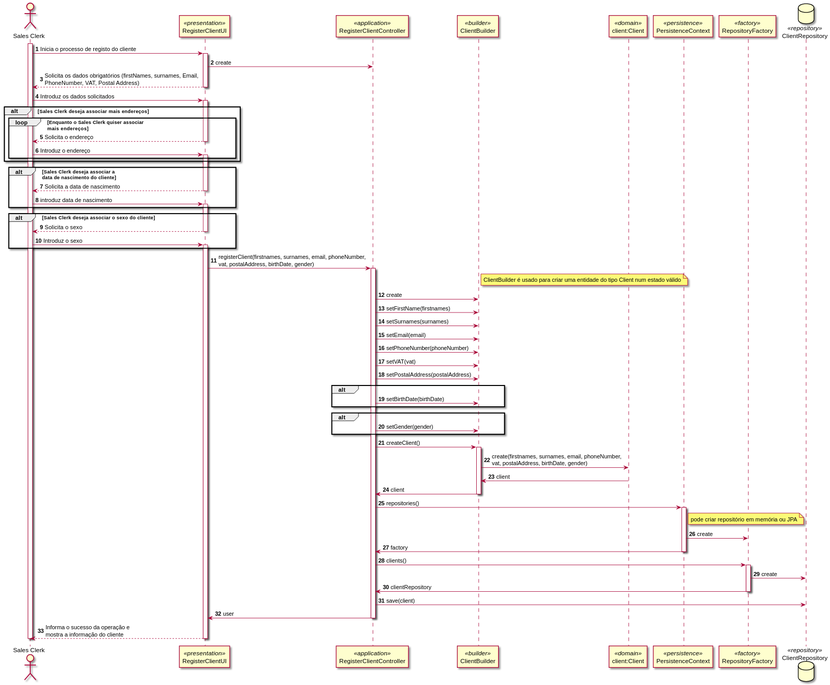
This is docs/1201386/US1003/SD_RegistarCliente.svg from 0franciscor/lei21_22_s4_2de_01, a PlantUML export, as it was before one commit.
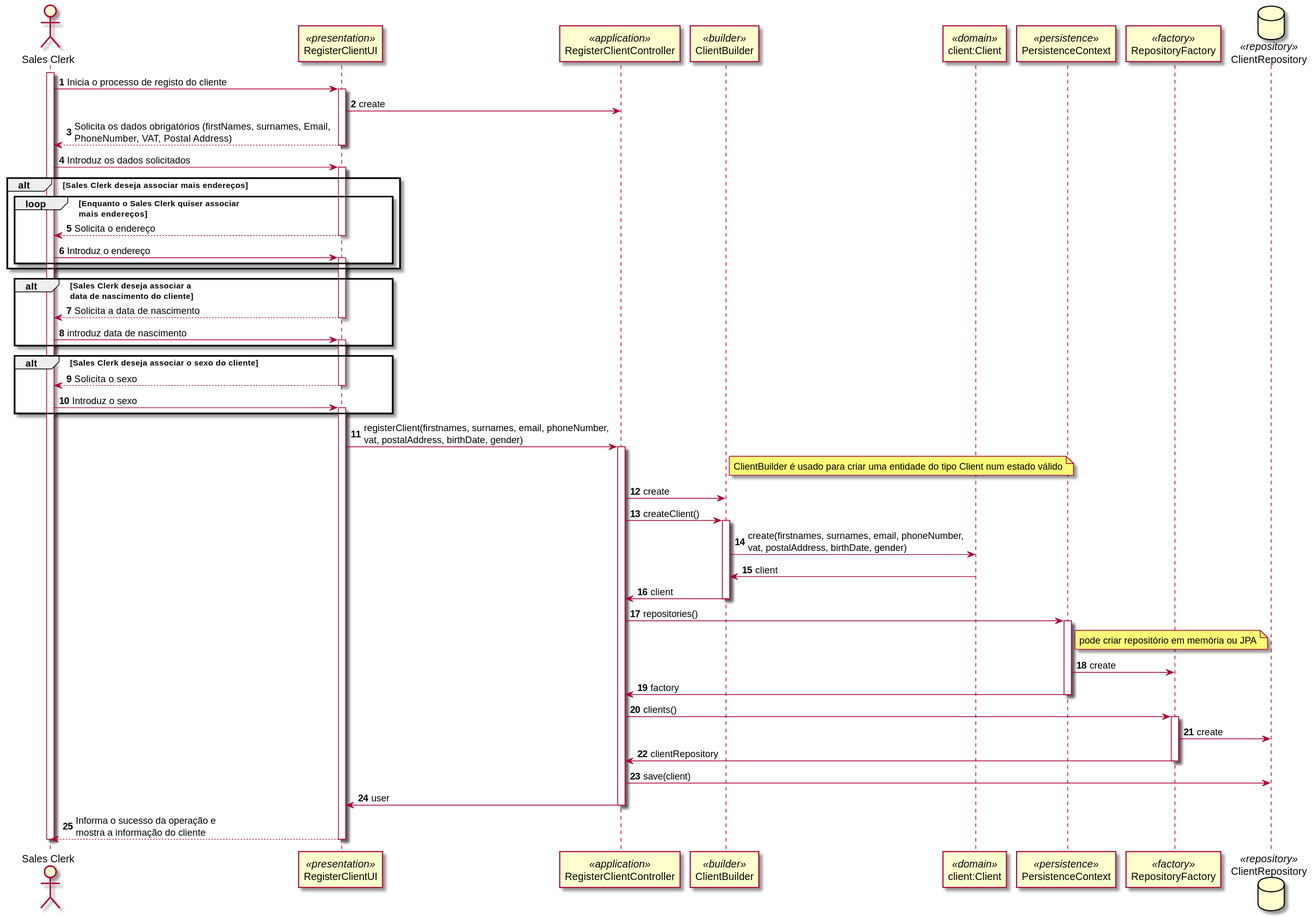
The same diagram one commit later.

Diff of the diagram source:
```diff
@@ -48,18 +48,6 @@
 activate Controller
 note right of Builder:ClientBuilder é usado para criar uma entidade do tipo Client num estado válido
 Controller -> Builder: create
-Controller -> Builder:setFirstName(firstnames)
-Controller -> Builder:setSurnames(surnames)
-Controller -> Builder:setEmail(email)
-Controller -> Builder:setPhoneNumber(phoneNumber)
-Controller -> Builder:setVAT(vat)
-Controller -> Builder:setPostalAddress(postalAddress)
-alt
-    Controller -> Builder:setBirthDate(birthDate)
-end
-alt
-    Controller -> Builder:setGender(gender)
-end
 Controller -> Builder:createClient()
 activate Builder
 Builder -> Domain: create(firstnames, surnames, email, phoneNumber,\nvat, postalAddress, birthDate, gender)
```
